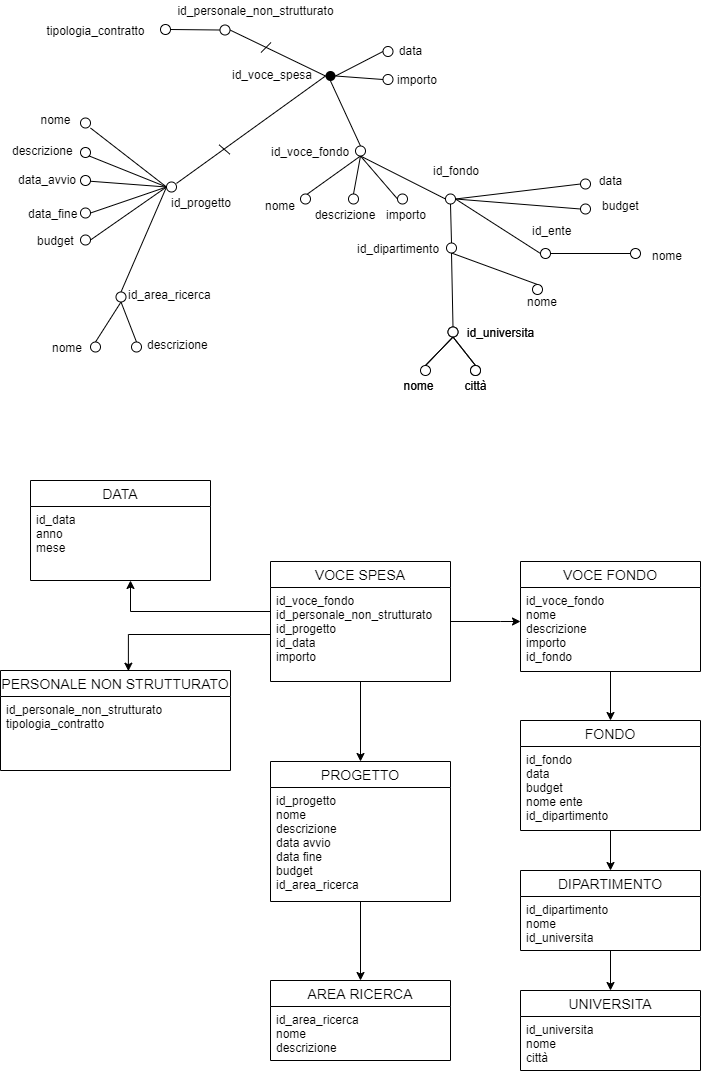
Before: res/attribute's_tree/voce_spesa/voce_spesa_fatto.png, a diagram exported from draw.io (dariocurr/bdm_project). Source tidied: cells renumbered, new cells last; positions are measured from the earlier drawing's top-left corner, leaving out a move shared by most shapes.
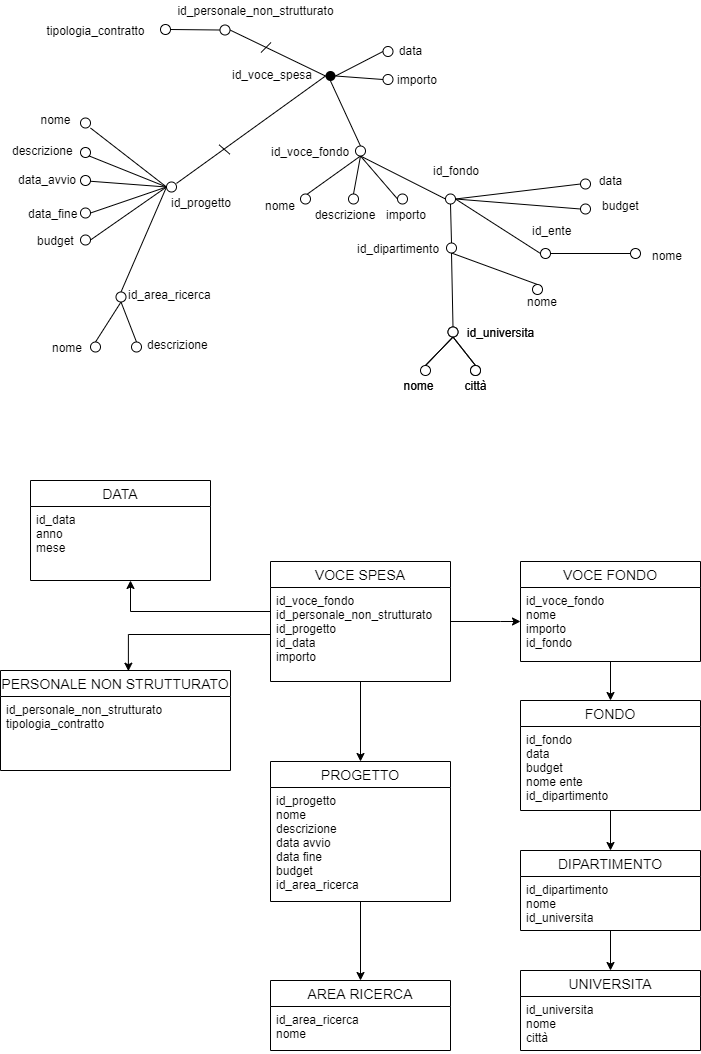
Later version of the same file.

Commit message:
Modificate descrizioni inutili nell'immagine del fatto voce_spesa

The edit, as a diff of the source:
```diff
@@ -329,10 +329,10 @@
       <mxGeometry y="26" width="180" height="114" as="geometry" />
     </mxCell>
     <mxCell id="103" value="AREA RICERCA" style="swimlane;fontStyle=0;horizontal=1;startSize=26;align=center;fontSize=14;" parent="1" vertex="1">
-      <mxGeometry x="270" y="980" width="180" height="80" as="geometry" />
+      <mxGeometry x="270" y="980" width="180" height="70" as="geometry" />
     </mxCell>
-    <mxCell id="104" value="id_area_ricerca&#10;nome&#10;descrizione&#10;&#10;" style="text;strokeColor=none;fillColor=none;spacingLeft=4;spacingRight=4;overflow=hidden;fontSize=12;" parent="103" vertex="1">
-      <mxGeometry y="26" width="180" height="54" as="geometry" />
+    <mxCell id="104" value="id_area_ricerca&#10;nome&#10;" style="text;strokeColor=none;fillColor=none;spacingLeft=4;spacingRight=4;overflow=hidden;fontSize=12;" parent="103" vertex="1">
+      <mxGeometry y="26" width="180" height="44" as="geometry" />
     </mxCell>
     <mxCell id="105" value="PERSONALE NON STRUTTURATO" style="swimlane;fontStyle=0;horizontal=1;startSize=26;align=center;fontSize=14;" parent="1" vertex="1">
       <mxGeometry y="670" width="230" height="100" as="geometry" />
@@ -344,40 +344,40 @@
       <mxGeometry relative="1" as="geometry" />
     </mxCell>
     <mxCell id="108" value="VOCE FONDO" style="swimlane;fontStyle=0;horizontal=1;startSize=26;align=center;fontSize=14;" parent="1" vertex="1">
-      <mxGeometry x="520" y="561" width="180" height="110" as="geometry" />
+      <mxGeometry x="520" y="561" width="180" height="100" as="geometry" />
     </mxCell>
-    <mxCell id="109" value="id_voce_fondo&#10;nome&#10;descrizione&#10;importo&#10;id_fondo&#10;&#10;&#10;" style="text;strokeColor=none;fillColor=none;spacingLeft=4;spacingRight=4;overflow=hidden;fontSize=12;" parent="108" vertex="1">
-      <mxGeometry y="26" width="180" height="84" as="geometry" />
+    <mxCell id="109" value="id_voce_fondo&#10;nome&#10;importo&#10;id_fondo&#10;&#10;&#10;" style="text;strokeColor=none;fillColor=none;spacingLeft=4;spacingRight=4;overflow=hidden;fontSize=12;" parent="108" vertex="1">
+      <mxGeometry y="26" width="180" height="74" as="geometry" />
     </mxCell>
     <mxCell id="110" style="edgeStyle=orthogonalEdgeStyle;rounded=0;jettySize=auto;html=1;" parent="1" edge="1" source="111" target="114">
       <mxGeometry relative="1" as="geometry" />
     </mxCell>
+    <mxCell id="113" style="edgeStyle=orthogonalEdgeStyle;rounded=0;jettySize=auto;html=1;" parent="1" edge="1" source="114" target="116">
+      <mxGeometry relative="1" as="geometry" />
+    </mxCell>
+    <mxCell id="118" value="DATA" style="swimlane;fontStyle=0;horizontal=1;startSize=26;align=center;fontSize=14;" parent="1" vertex="1">
+      <mxGeometry x="30" y="480" width="180" height="100" as="geometry" />
+    </mxCell>
+    <mxCell id="119" value="id_data&#10;anno&#10;mese&#10;" style="text;strokeColor=none;fillColor=none;spacingLeft=4;spacingRight=4;overflow=hidden;fontSize=12;" parent="118" vertex="1">
+      <mxGeometry y="26" width="180" height="74" as="geometry" />
+    </mxCell>
     <mxCell id="111" value="FONDO" style="swimlane;fontStyle=0;horizontal=1;startSize=26;align=center;fontSize=14;" parent="1" vertex="1">
-      <mxGeometry x="520" y="720" width="180" height="110" as="geometry" />
+      <mxGeometry x="520" y="700" width="180" height="110" as="geometry" />
     </mxCell>
     <mxCell id="112" value="id_fondo&#10;data&#10;budget&#10;nome ente&#10;id_dipartimento" style="text;strokeColor=none;fillColor=none;spacingLeft=4;spacingRight=4;overflow=hidden;fontSize=12;" parent="111" vertex="1">
       <mxGeometry y="26" width="180" height="84" as="geometry" />
     </mxCell>
-    <mxCell id="113" style="edgeStyle=orthogonalEdgeStyle;rounded=0;jettySize=auto;html=1;" parent="1" edge="1" source="114" target="116">
-      <mxGeometry relative="1" as="geometry" />
-    </mxCell>
     <mxCell id="114" value="DIPARTIMENTO" style="swimlane;fontStyle=0;horizontal=1;startSize=26;align=center;fontSize=14;" parent="1" vertex="1">
-      <mxGeometry x="520" y="870" width="180" height="80" as="geometry" />
+      <mxGeometry x="520" y="850" width="180" height="80" as="geometry" />
     </mxCell>
     <mxCell id="115" value="id_dipartimento&#10;nome&#10;id_universita&#10;" style="text;strokeColor=none;fillColor=none;spacingLeft=4;spacingRight=4;overflow=hidden;fontSize=12;" parent="114" vertex="1">
       <mxGeometry y="26" width="180" height="54" as="geometry" />
     </mxCell>
     <mxCell id="116" value="UNIVERSITA" style="swimlane;fontStyle=0;horizontal=1;startSize=26;align=center;fontSize=14;" parent="1" vertex="1">
-      <mxGeometry x="520" y="990" width="180" height="80" as="geometry" />
+      <mxGeometry x="520" y="970" width="180" height="80" as="geometry" />
     </mxCell>
     <mxCell id="117" value="id_universita&#10;nome&#10;città&#10;" style="text;strokeColor=none;fillColor=none;spacingLeft=4;spacingRight=4;overflow=hidden;fontSize=12;" parent="116" vertex="1">
       <mxGeometry y="26" width="180" height="54" as="geometry" />
     </mxCell>
-    <mxCell id="118" value="DATA" style="swimlane;fontStyle=0;horizontal=1;startSize=26;align=center;fontSize=14;" parent="1" vertex="1">
-      <mxGeometry x="30" y="480" width="180" height="100" as="geometry" />
-    </mxCell>
-    <mxCell id="119" value="id_data&#10;anno&#10;mese&#10;" style="text;strokeColor=none;fillColor=none;spacingLeft=4;spacingRight=4;overflow=hidden;fontSize=12;" parent="118" vertex="1">
-      <mxGeometry y="26" width="180" height="74" as="geometry" />
-    </mxCell>
   </root>
 </mxGraphModel>
```
